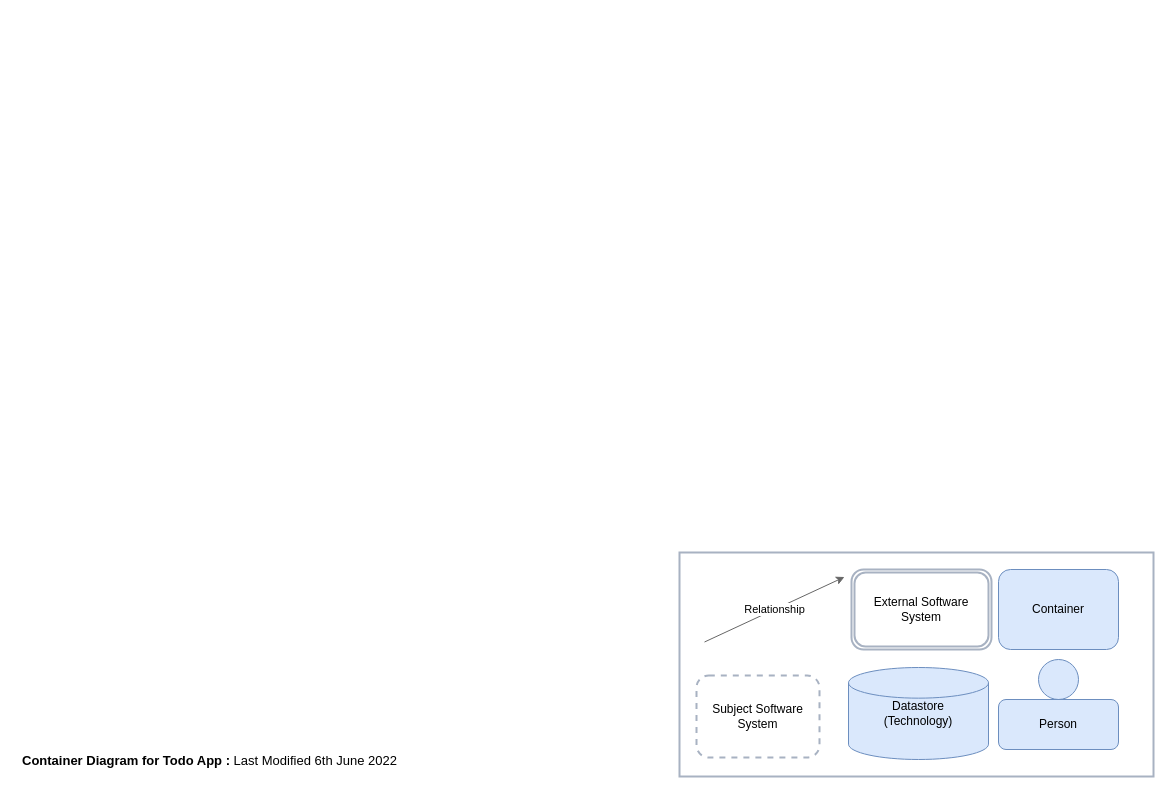
The draw.io diagram Documentation/Component diagram.drawio in Iabo77/DevOps-Course-Starter, before the edit. Source tidied: cells renumbered, new cells numbered last; positions are measured from the earlier drawing's top-left corner, leaving out a move shared by most shapes. Both pictures are drawn from the tidied source at 100%, with x=0, y=0 at pixel (17, 552).
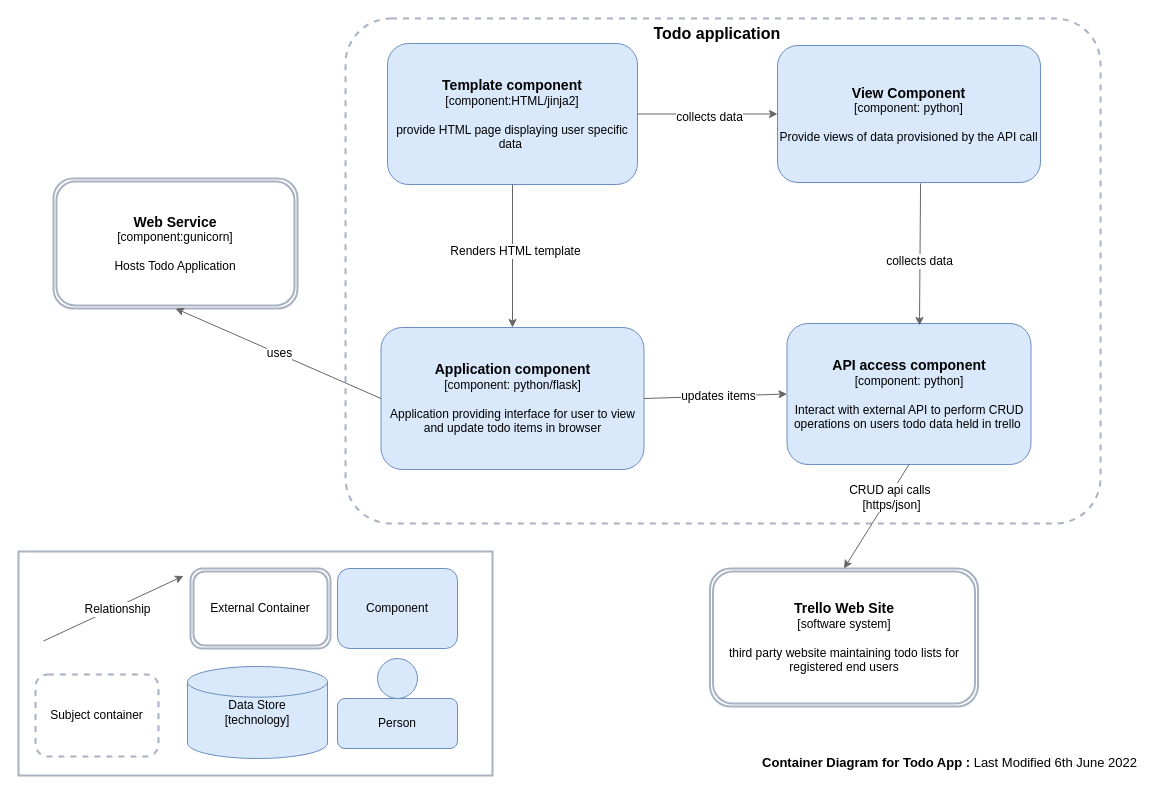
After the change.

Commit message (it also covers changes not shown here):
completed c4 model diagrams

What changed in the source:
```diff
@@
+    <mxCell id="12" style="rounded=1;whiteSpace=wrap;html=1;strokeColor=#A8B2C2;strokeWidth=2;dashed=1;arcSize=9;" parent="1" vertex="1">
+      <mxGeometry x="328" y="-534" width="755" height="505" as="geometry" />
+    </mxCell>
-    <mxCell id="2" value="&lt;h1 style=&quot;font-size: 13px;&quot;&gt;Container Diagram for Todo App : &lt;span style=&quot;font-weight: normal;&quot;&gt;Last Modified 6th June 2022&lt;/span&gt;&lt;/h1&gt;" style="text;html=1;strokeColor=none;fillColor=none;spacing=5;spacingTop=-20;whiteSpace=wrap;overflow=hidden;rounded=0;fontSize=13;" parent="1" vertex="1">
-      <mxGeometry y="202" width="597" height="19" as="geometry" />
+    <mxCell id="2" value="&lt;h1 style=&quot;font-size: 13px;&quot;&gt;Container Diagram for Todo App : &lt;span style=&quot;font-weight: normal;&quot;&gt;Last Modified 6th June 2022&lt;/span&gt;&lt;/h1&gt;" style="text;html=1;strokeColor=none;fillColor=none;spacing=5;spacingTop=-20;whiteSpace=wrap;overflow=hidden;rounded=0;fontSize=13;align=right;" parent="1" vertex="1">
+      <mxGeometry x="528" y="204" width="597" height="19" as="geometry" />
     </mxCell>
     <mxCell id="3" style="group;" parent="1" vertex="1">
-      <mxGeometry x="662" width="474" height="224" as="geometry" />
+      <mxGeometry x="1" y="-1" width="474" height="224" as="geometry" />
     </mxCell>
@@
-    <mxCell id="7" value="Container" style="rounded=1;whiteSpace=wrap;html=1;fillColor=#dae8fc;strokeColor=#6c8ebf;" parent="3" vertex="1">
+    <mxCell id="7" value="Component" style="rounded=1;whiteSpace=wrap;html=1;fillColor=#dae8fc;strokeColor=#6c8ebf;" parent="3" vertex="1">
       <mxGeometry x="319" y="17" width="120" height="80" as="geometry" />
     </mxCell>
-    <mxCell id="8" value="External Software System" style="shape=ext;double=1;rounded=1;whiteSpace=wrap;html=1;strokeWidth=2;strokeColor=#A8B2C2;" parent="3" vertex="1">
+    <mxCell id="8" value="External Container" style="shape=ext;double=1;rounded=1;whiteSpace=wrap;html=1;strokeWidth=2;strokeColor=#A8B2C2;" parent="3" vertex="1">
       <mxGeometry x="172" y="17" width="140" height="80" as="geometry" />
     </mxCell>
-    <mxCell id="9" value="Relationship" style="endArrow=classic;html=1;rounded=0;fillColor=#f5f5f5;strokeColor=#666666;" parent="3" edge="1">
+    <mxCell id="9" style="endArrow=classic;html=1;rounded=0;fillColor=#f5f5f5;strokeColor=#666666;" parent="3" edge="1">
       <mxGeometry relative="1" as="geometry">
         <mxPoint x="25" y="89.5" as="sourcePoint" />
         <mxPoint x="165" y="24.5" as="targetPoint" />
       </mxGeometry>
     </mxCell>
+    <mxCell id="13" value="Relationship&lt;br&gt;" style="edgeLabel;html=1;align=center;verticalAlign=middle;fontSize=12;" parent="9" vertex="1">
+      <mxGeometry x="0.42" y="1" relative="1" as="geometry">
+        <mxPoint x="-26" y="15" as="offset" />
+      </mxGeometry>
+    </mxCell>
-    <mxCell id="10" value="Datastore&lt;br&gt;(Technology)" style="strokeWidth=1;html=1;shape=mxgraph.flowchart.database;whiteSpace=wrap;fillColor=#dae8fc;strokeColor=#6c8ebf;" parent="3" vertex="1">
+    <mxCell id="10" value="Data Store&lt;br&gt;[technology]" style="strokeWidth=1;html=1;shape=mxgraph.flowchart.database;whiteSpace=wrap;fillColor=#dae8fc;strokeColor=#6c8ebf;" parent="3" vertex="1">
       <mxGeometry x="169" y="115" width="140" height="92" as="geometry" />
     </mxCell>
-    <mxCell id="11" value="Subject Software System" style="rounded=1;whiteSpace=wrap;html=1;strokeColor=#A8B2C2;strokeWidth=2;dashed=1;" parent="3" vertex="1">
+    <mxCell id="11" value="Subject container" style="rounded=1;whiteSpace=wrap;html=1;strokeColor=#A8B2C2;strokeWidth=2;dashed=1;" parent="3" vertex="1">
       <mxGeometry x="17" y="123" width="123" height="82" as="geometry" />
     </mxCell>
+    <mxCell id="14" value="&lt;b style=&quot;font-size: 14px;&quot;&gt;Application component&lt;br&gt;&lt;/b&gt;[component: python/flask]&lt;br&gt;&lt;br&gt;Application providing interface for user to view and update todo items in browser" style="rounded=1;whiteSpace=wrap;html=1;fillColor=#dae8fc;strokeColor=#6c8ebf;" parent="1" vertex="1">
+      <mxGeometry x="363.5" y="-225" width="263" height="142" as="geometry" />
+    </mxCell>
+    <mxCell id="15" value="&lt;font style=&quot;font-size: 14px;&quot;&gt;&lt;b&gt;View Component&lt;/b&gt;&lt;/font&gt;&lt;br&gt;[component: python]&lt;br&gt;&lt;br&gt;Provide views of data provisioned by the API call" style="rounded=1;whiteSpace=wrap;html=1;fillColor=#dae8fc;strokeColor=#6c8ebf;" parent="1" vertex="1">
+      <mxGeometry x="760" y="-507" width="263" height="137" as="geometry" />
+    </mxCell>
+    <mxCell id="16" value="&lt;b&gt;&lt;font style=&quot;font-size: 14px;&quot;&gt;Template component&lt;/font&gt;&lt;/b&gt;&lt;br&gt;[component:HTML/jinja2]&lt;br&gt;&lt;br&gt;provide HTML page displaying user specific data&amp;nbsp;&lt;br&gt;" style="rounded=1;whiteSpace=wrap;html=1;fillColor=#dae8fc;strokeColor=#6c8ebf;" parent="1" vertex="1">
+      <mxGeometry x="370" y="-509" width="250" height="141" as="geometry" />
+    </mxCell>
+    <mxCell id="17" value="&lt;span style=&quot;font-size: 14px;&quot;&gt;&lt;b&gt;API access component&lt;br&gt;&lt;/b&gt;&lt;/span&gt;[component: python]&lt;br&gt;&lt;br&gt;Interact with external API to perform CRUD operations on users todo data held in trello&amp;nbsp;" style="rounded=1;whiteSpace=wrap;html=1;fillColor=#dae8fc;strokeColor=#6c8ebf;" parent="1" vertex="1">
+      <mxGeometry x="769.5" y="-229" width="244" height="141" as="geometry" />
+    </mxCell>
+    <mxCell id="18" value="&lt;b&gt;&lt;font style=&quot;font-size: 14px;&quot;&gt;Trello Web Site&lt;/font&gt;&lt;/b&gt;&lt;br&gt;[software system]&lt;br&gt;&lt;br&gt;third party website maintaining todo lists for registered end users" style="shape=ext;double=1;rounded=1;whiteSpace=wrap;html=1;strokeWidth=2;strokeColor=#A8B2C2;" parent="1" vertex="1">
+      <mxGeometry x="692.5" y="16" width="268" height="138" as="geometry" />
+    </mxCell>
+    <mxCell id="19" value="&lt;b&gt;&lt;font style=&quot;font-size: 14px;&quot;&gt;Web Service&lt;/font&gt;&lt;/b&gt;&lt;br&gt;[component:gunicorn]&lt;br&gt;&lt;br&gt;Hosts Todo Application" style="shape=ext;double=1;rounded=1;whiteSpace=wrap;html=1;strokeWidth=2;strokeColor=#A8B2C2;" parent="1" vertex="1">
+      <mxGeometry x="36" y="-374" width="244" height="130" as="geometry" />
+    </mxCell>
+    <mxCell id="20" style="endArrow=classic;html=1;rounded=0;fillColor=#f5f5f5;strokeColor=#666666;entryX=0;entryY=0.5;entryDx=0;entryDy=0;exitX=1;exitY=0.5;exitDx=0;exitDy=0;" parent="1" edge="1" source="16" target="15">
+      <mxGeometry relative="1" as="geometry" />
+    </mxCell>
+    <mxCell id="21" value="collects data" style="edgeLabel;html=1;align=center;verticalAlign=middle;fontSize=12;" parent="20" vertex="1">
+      <mxGeometry x="0.42" y="1" relative="1" as="geometry">
+        <mxPoint x="-28" y="4" as="offset" />
+      </mxGeometry>
+    </mxCell>
+    <mxCell id="22" style="endArrow=classic;html=1;rounded=0;fillColor=#f5f5f5;strokeColor=#666666;entryX=0.543;entryY=0.014;entryDx=0;entryDy=0;exitX=0.544;exitY=1.007;exitDx=0;exitDy=0;exitPerimeter=0;entryPerimeter=0;" parent="1" edge="1" source="15" target="17">
+      <mxGeometry relative="1" as="geometry" />
+    </mxCell>
+    <mxCell id="23" value="collects data" style="edgeLabel;html=1;align=center;verticalAlign=middle;fontSize=12;" parent="22" vertex="1">
+      <mxGeometry x="0.42" y="1" relative="1" as="geometry">
+        <mxPoint x="-2" y="-23" as="offset" />
+      </mxGeometry>
+    </mxCell>
+    <mxCell id="24" style="endArrow=classic;html=1;rounded=0;fillColor=#f5f5f5;strokeColor=#666666;entryX=0.5;entryY=0;entryDx=0;entryDy=0;exitX=0.5;exitY=1;exitDx=0;exitDy=0;" parent="1" edge="1" source="17" target="18">
+      <mxGeometry relative="1" as="geometry" />
+    </mxCell>
+    <mxCell id="25" value="CRUD api calls&amp;nbsp;&lt;br&gt;[https/json]" style="edgeLabel;html=1;align=center;verticalAlign=middle;fontSize=12;" parent="24" vertex="1">
+      <mxGeometry x="0.42" y="1" relative="1" as="geometry">
+        <mxPoint x="27" y="-42" as="offset" />
+      </mxGeometry>
+    </mxCell>
+    <mxCell id="26" style="endArrow=classic;html=1;rounded=0;fillColor=#f5f5f5;strokeColor=#666666;entryX=0.5;entryY=1;entryDx=0;entryDy=0;exitX=0;exitY=0.5;exitDx=0;exitDy=0;" parent="1" edge="1" source="14" target="19">
+      <mxGeometry relative="1" as="geometry" />
+    </mxCell>
+    <mxCell id="27" value="uses" style="edgeLabel;html=1;align=center;verticalAlign=middle;fontSize=12;" parent="26" vertex="1">
+      <mxGeometry x="0.42" y="1" relative="1" as="geometry">
+        <mxPoint x="44" y="17" as="offset" />
+      </mxGeometry>
+    </mxCell>
+    <mxCell id="28" value="Todo application&amp;nbsp;" style="text;html=1;strokeColor=none;fillColor=none;align=center;verticalAlign=middle;whiteSpace=wrap;rounded=0;shadow=0;fontSize=16;fontStyle=1;" parent="1" vertex="1">
+      <mxGeometry x="584" y="-534" width="236" height="30" as="geometry" />
+    </mxCell>
+    <mxCell id="29" style="endArrow=classic;html=1;rounded=0;fillColor=#f5f5f5;strokeColor=#666666;entryX=0;entryY=0.5;entryDx=0;entryDy=0;exitX=1;exitY=0.5;exitDx=0;exitDy=0;" parent="1" edge="1" source="14" target="17">
+      <mxGeometry relative="1" as="geometry" />
+    </mxCell>
+    <mxCell id="30" value="updates items&lt;br style=&quot;font-size: 12px;&quot;&gt;" style="edgeLabel;html=1;align=center;verticalAlign=middle;fontSize=12;" parent="29" vertex="1">
+      <mxGeometry x="-0.43" relative="1" as="geometry">
+        <mxPoint x="33" y="-1" as="offset" />
+      </mxGeometry>
+    </mxCell>
+    <mxCell id="31" style="endArrow=classic;html=1;rounded=0;fillColor=#f5f5f5;strokeColor=#666666;entryX=0.5;entryY=0;entryDx=0;entryDy=0;exitX=0.5;exitY=1;exitDx=0;exitDy=0;" parent="1" edge="1" source="16" target="14">
+      <mxGeometry x="0.04" y="141" relative="1" as="geometry" />
+    </mxCell>
+    <mxCell id="32" value="Renders HTML template" style="edgeLabel;html=1;align=center;verticalAlign=middle;fontSize=12;" parent="31" vertex="1">
+      <mxGeometry x="0.42" y="1" relative="1" as="geometry">
+        <mxPoint x="1" y="-36" as="offset" />
+      </mxGeometry>
+    </mxCell>
```
